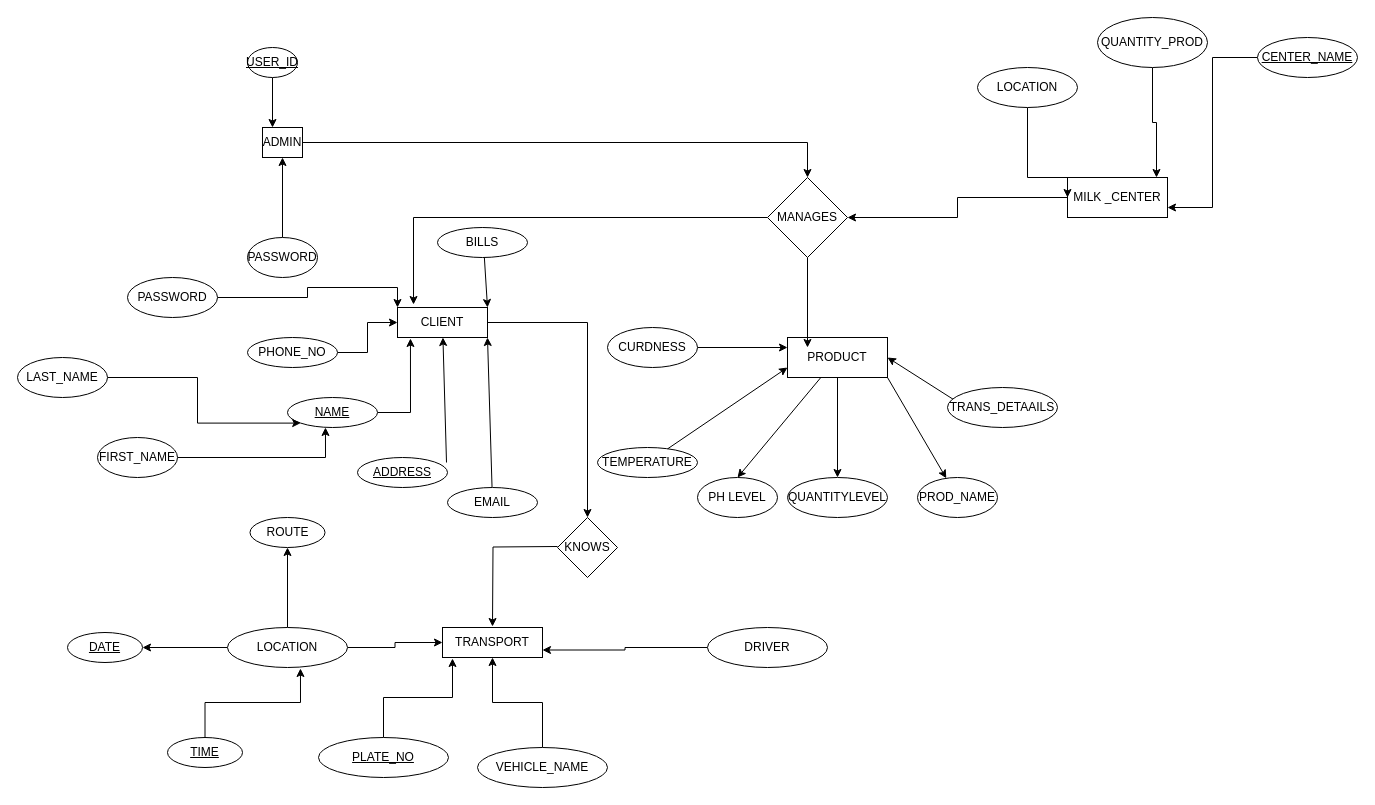
The draw.io diagram PACKAGETRACKING.drawio in ChapaCode/online-quiz, before the edit. Source tidied: cells renumbered, new cells numbered last; positions are measured from the earlier drawing's top-left corner, leaving out a move shared by most shapes. Both pictures are drawn from the tidied source at 100%, with x=0, y=0 at pixel (17, 17).
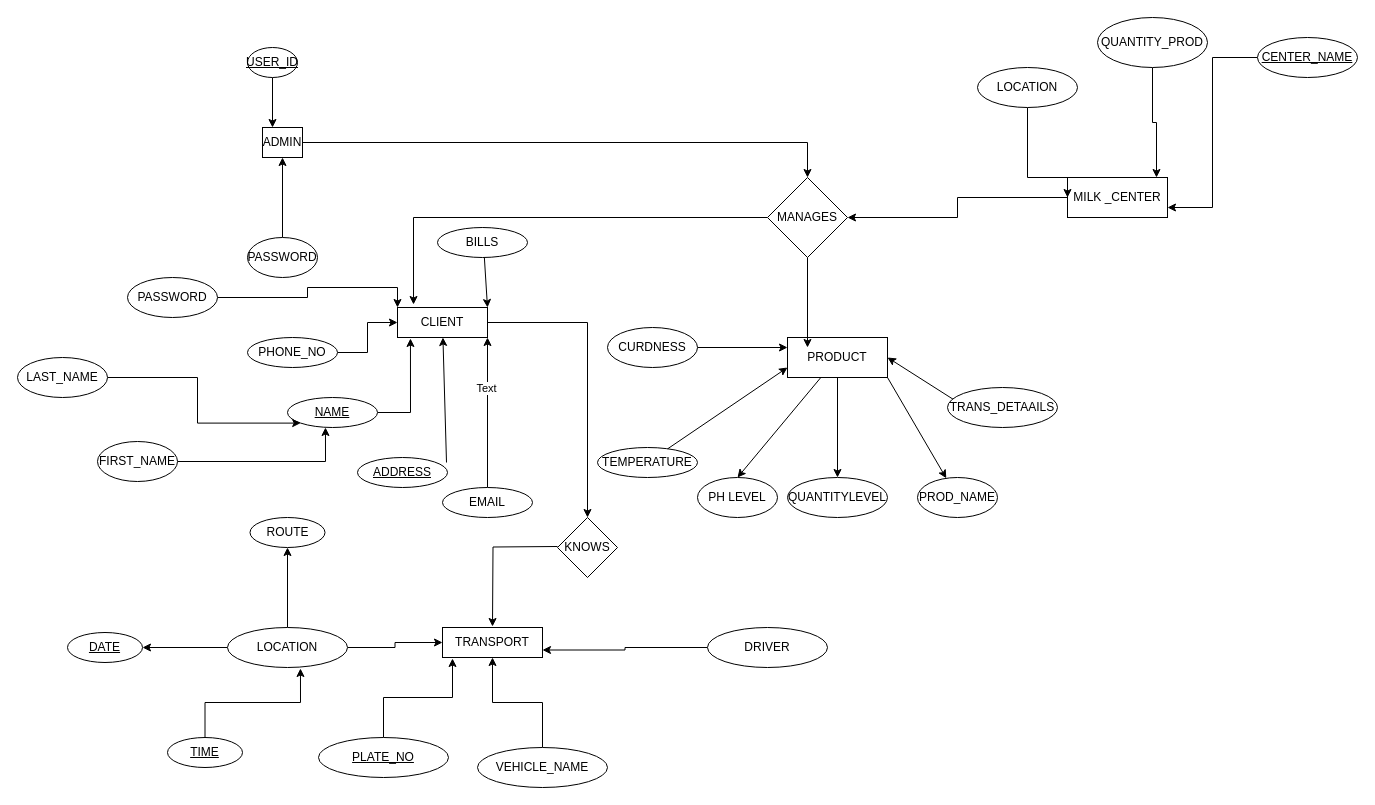
The same page after the edit.

The change refers to these unchanged cells:
```xml
<mxCell id="16" style="edgeStyle=none;rounded=0;jettySize=auto;html=1;entryX=1;entryY=1;entryDx=0;entryDy=0;" parent="1" edge="1" source="17" target="9">
  <mxGeometry relative="1" as="geometry" />
</mxCell>
```

Change to the diagram source:
```diff
@@
+    <mxCell id="67" value="Text" style="edgeLabel;html=1;align=center;verticalAlign=middle;" parent="16" vertex="1">
+      <mxGeometry x="0.33" y="2" relative="1" as="geometry" />
+    </mxCell>
     <mxCell id="17" value="EMAIL" style="ellipse;whiteSpace=wrap;html=1;" parent="1" vertex="1">
-      <mxGeometry x="430" y="470" width="90" height="30" as="geometry" />
+      <mxGeometry x="425" y="470" width="90" height="30" as="geometry" />
     </mxCell>
@@
     <mxCell id="66" value="FIRST_NAME" style="ellipse;whiteSpace=wrap;html=1;" parent="1" vertex="1">
-      <mxGeometry x="80" y="420" width="80" height="40" as="geometry" />
+      <mxGeometry x="80" y="424" width="80" height="40" as="geometry" />
     </mxCell>
```
